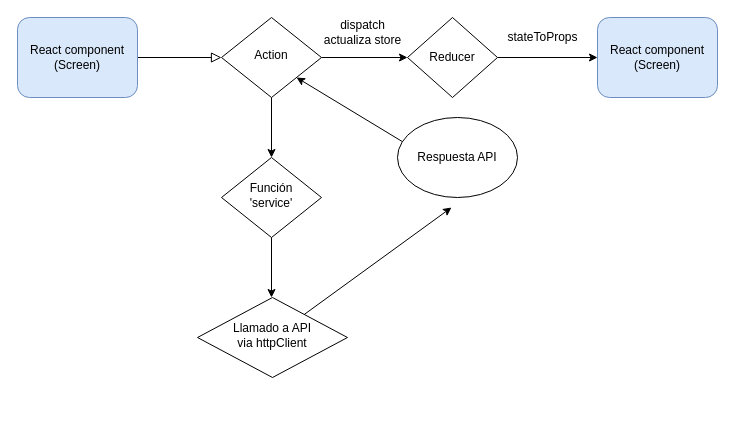
Before: Untitled Diagram.drawio in drbruxz/BordoneTP4, a draw.io diagram. Source tidied: cells renumbered, new cells numbered last; positions are measured from the earlier drawing's top-left corner, leaving out a move shared by most shapes. Both pictures are drawn from the tidied source at 100%, with x=0, y=0 at pixel (17, 17).
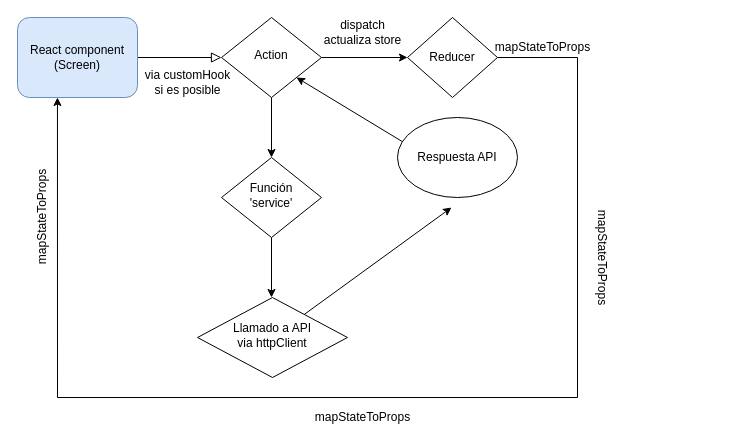
After the change.

Unchanged cells that the change refers to:
```xml
<mxCell id="3" value="React component&lt;br&gt;(Screen)" style="rounded=1;whiteSpace=wrap;html=1;fontSize=12;glass=0;strokeWidth=1;shadow=0;fillColor=#dae8fc;strokeColor=#6c8ebf;" parent="1" vertex="1">
  <mxGeometry width="120" height="80" as="geometry" />
</mxCell>
<mxCell id="12" value="Reducer" style="rhombus;whiteSpace=wrap;html=1;" parent="1" vertex="1">
  <mxGeometry x="390" width="90" height="80" as="geometry" />
</mxCell>
```

Change to the diagram source:
```diff
@@
-    <mxCell id="15" value="React component&lt;br&gt;(Screen)" style="rounded=1;whiteSpace=wrap;html=1;fontSize=12;glass=0;strokeWidth=1;shadow=0;fillColor=#dae8fc;strokeColor=#6c8ebf;" parent="1" vertex="1">
-      <mxGeometry x="580" width="120" height="80" as="geometry" />
-    </mxCell>
-    <mxCell id="16" style="endArrow=classic;html=1;rounded=0;exitX=1;exitY=0.5;exitDx=0;exitDy=0;entryX=0;entryY=0.5;entryDx=0;entryDy=0;" parent="1" edge="1" source="12" target="15">
-      <mxGeometry relative="1" as="geometry" />
-    </mxCell>
-    <mxCell id="17" value="stateToProps" style="text;html=1;align=center;verticalAlign=middle;strokeColor=none;fillColor=none;" parent="1" vertex="1">
-      <mxGeometry x="480" y="10" width="90" height="20" as="geometry" />
+    <mxCell id="17" value="mapStateToProps" style="text;html=1;align=center;verticalAlign=middle;strokeColor=none;fillColor=none;" parent="1" vertex="1">
+      <mxGeometry x="470" y="20" width="110" height="20" as="geometry" />
     </mxCell>
+    <mxCell id="18" style="endArrow=none;html=1;rounded=0;" parent="1" edge="1">
+      <mxGeometry relative="1" as="geometry">
+        <mxPoint x="560" y="380" as="sourcePoint" />
+        <mxPoint x="560" y="40" as="targetPoint" />
+      </mxGeometry>
+    </mxCell>
+    <mxCell id="19" style="endArrow=none;html=1;rounded=0;entryX=1;entryY=0.5;entryDx=0;entryDy=0;" parent="1" edge="1" target="12">
+      <mxGeometry relative="1" as="geometry">
+        <mxPoint x="560" y="40" as="sourcePoint" />
+      </mxGeometry>
+    </mxCell>
+    <mxCell id="20" style="endArrow=none;html=1;rounded=0;" parent="1" edge="1">
+      <mxGeometry relative="1" as="geometry">
+        <mxPoint x="40" y="380" as="sourcePoint" />
+        <mxPoint x="560" y="380" as="targetPoint" />
+      </mxGeometry>
+    </mxCell>
+    <mxCell id="21" style="endArrow=classic;html=1;rounded=0;entryX=0.333;entryY=1;entryDx=0;entryDy=0;entryPerimeter=0;" parent="1" edge="1" target="3">
+      <mxGeometry relative="1" as="geometry">
+        <mxPoint x="40" y="380" as="sourcePoint" />
+      </mxGeometry>
+    </mxCell>
+    <mxCell id="22" value="via customHook&lt;br&gt;si es posible" style="text;html=1;align=center;verticalAlign=middle;strokeColor=none;fillColor=none;" parent="1" vertex="1">
+      <mxGeometry x="120" y="50" width="100" height="30" as="geometry" />
+    </mxCell>
+    <mxCell id="23" value="mapStateToProps" style="text;html=1;align=center;verticalAlign=middle;strokeColor=none;fillColor=none;rotation=90;" parent="1" vertex="1">
+      <mxGeometry x="530" y="230" width="110" height="20" as="geometry" />
+    </mxCell>
+    <mxCell id="24" value="mapStateToProps" style="text;html=1;align=center;verticalAlign=middle;strokeColor=none;fillColor=none;rotation=0;" parent="1" vertex="1">
+      <mxGeometry x="290" y="390" width="110" height="20" as="geometry" />
+    </mxCell>
+    <mxCell id="25" value="mapStateToProps" style="text;html=1;align=center;verticalAlign=middle;strokeColor=none;fillColor=none;rotation=-90;" parent="1" vertex="1">
+      <mxGeometry x="-30" y="190" width="110" height="20" as="geometry" />
+    </mxCell>
```
